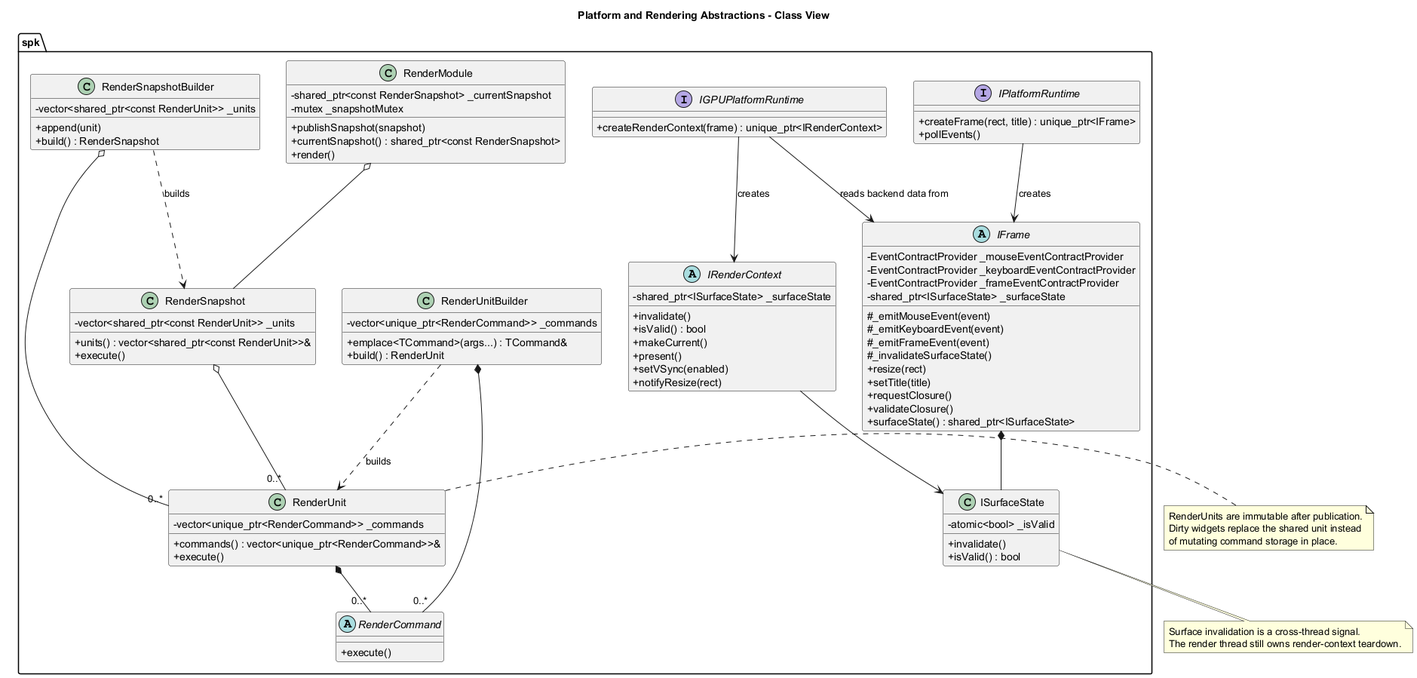
Above: documentation/architecture/diagrams/platform-rendering-class.png in Hyarius/Sparkle (PlantUML), before the change.
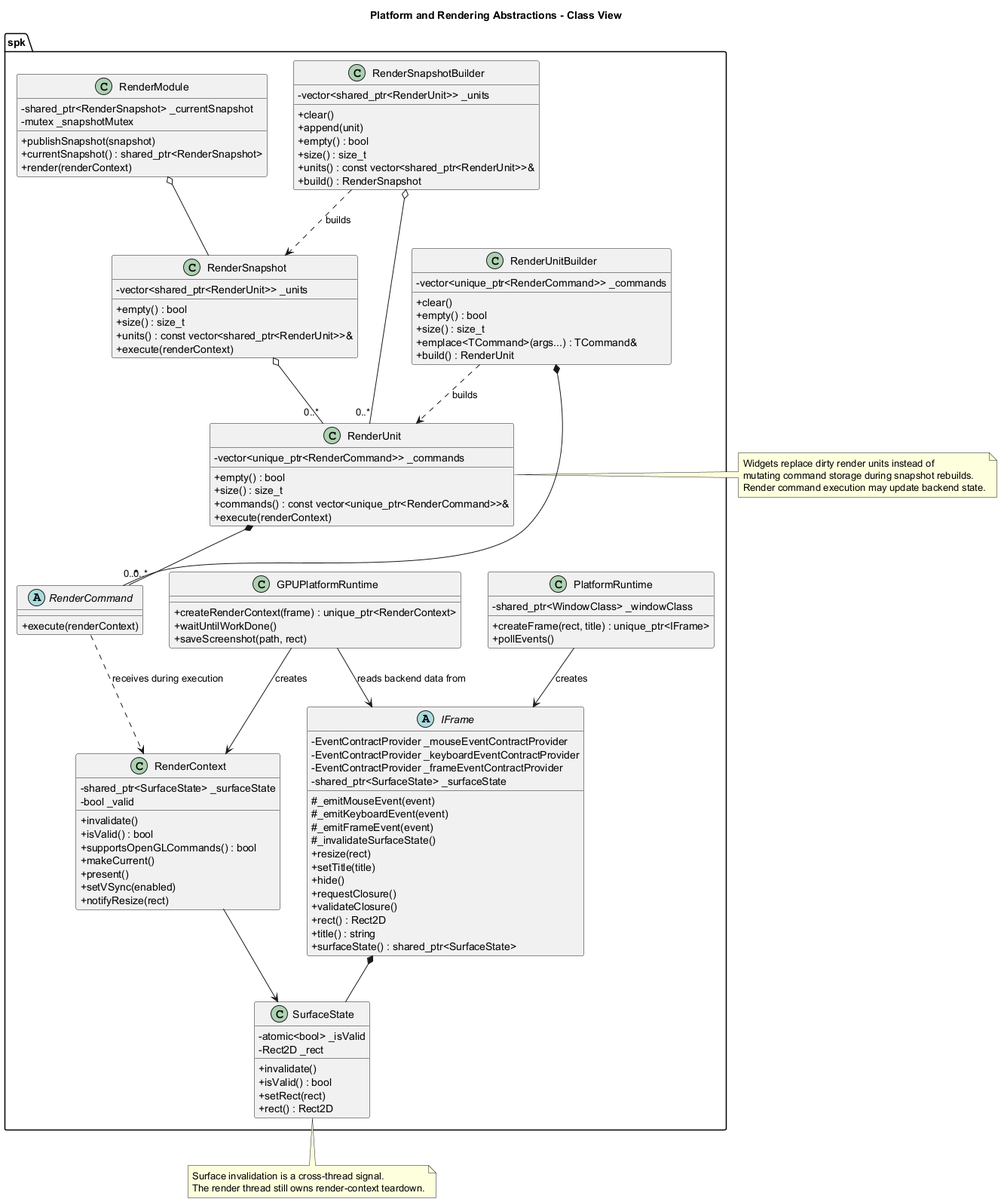
Later version of the same file.

What changed in the source:
```diff
@@ -4,7 +4,8 @@
 skinparam classAttributeIconSize 0
 
 namespace spk {
-	interface IPlatformRuntime {
+	class PlatformRuntime {
+		- shared_ptr<WindowClass> _windowClass
 		+ createFrame(rect, title) : unique_ptr<IFrame>
 		+ pollEvents()
 	}
@@ -13,32 +14,42 @@
 		- EventContractProvider _mouseEventContractProvider
 		- EventContractProvider _keyboardEventContractProvider
 		- EventContractProvider _frameEventContractProvider
-		- shared_ptr<ISurfaceState> _surfaceState
+		- shared_ptr<SurfaceState> _surfaceState
 		# _emitMouseEvent(event)
 		# _emitKeyboardEvent(event)
 		# _emitFrameEvent(event)
 		# _invalidateSurfaceState()
 		+ resize(rect)
 		+ setTitle(title)
+		+ hide()
 		+ requestClosure()
 		+ validateClosure()
-		+ surfaceState() : shared_ptr<ISurfaceState>
+		+ rect() : Rect2D
+		+ title() : string
+		+ surfaceState() : shared_ptr<SurfaceState>
 	}
 
-	class ISurfaceState {
+	class SurfaceState {
 		- atomic<bool> _isValid
+		- Rect2D _rect
 		+ invalidate()
 		+ isValid() : bool
+		+ setRect(rect)
+		+ rect() : Rect2D
 	}
 
-	interface IGPUPlatformRuntime {
-		+ createRenderContext(frame) : unique_ptr<IRenderContext>
+	class GPUPlatformRuntime {
+		+ createRenderContext(frame) : unique_ptr<RenderContext>
+		+ waitUntilWorkDone()
+		+ saveScreenshot(path, rect)
 	}
 
-	abstract class IRenderContext {
-		- shared_ptr<ISurfaceState> _surfaceState
+	class RenderContext {
+		- shared_ptr<SurfaceState> _surfaceState
+		- bool _valid
 		+ invalidate()
 		+ isValid() : bool
+		+ supportsOpenGLCommands() : bool
 		+ makeCurrent()
 		+ present()
 		+ setVSync(enabled)
@@ -46,47 +57,59 @@
 	}
 
 	abstract class RenderCommand {
-		+ execute()
+		+ execute(renderContext)
 	}
 
 	class RenderUnit {
 		- vector<unique_ptr<RenderCommand>> _commands
-		+ commands() : vector<unique_ptr<RenderCommand>>&
-		+ execute()
+		+ empty() : bool
+		+ size() : size_t
+		+ commands() : const vector<unique_ptr<RenderCommand>>&
+		+ execute(renderContext)
 	}
 
 	class RenderUnitBuilder {
 		- vector<unique_ptr<RenderCommand>> _commands
+		+ clear()
+		+ empty() : bool
+		+ size() : size_t
 		+ emplace<TCommand>(args...) : TCommand&
 		+ build() : RenderUnit
 	}
 
 	class RenderSnapshot {
-		- vector<shared_ptr<const RenderUnit>> _units
-		+ units() : vector<shared_ptr<const RenderUnit>>&
-		+ execute()
+		- vector<shared_ptr<RenderUnit>> _units
+		+ empty() : bool
+		+ size() : size_t
+		+ units() : const vector<shared_ptr<RenderUnit>>&
+		+ execute(renderContext)
 	}
 
 	class RenderSnapshotBuilder {
-		- vector<shared_ptr<const RenderUnit>> _units
+		- vector<shared_ptr<RenderUnit>> _units
+		+ clear()
 		+ append(unit)
+		+ empty() : bool
+		+ size() : size_t
+		+ units() : const vector<shared_ptr<RenderUnit>>&
 		+ build() : RenderSnapshot
 	}
 
 	class RenderModule {
-		- shared_ptr<const RenderSnapshot> _currentSnapshot
+		- shared_ptr<RenderSnapshot> _currentSnapshot
 		- mutex _snapshotMutex
 		+ publishSnapshot(snapshot)
-		+ currentSnapshot() : shared_ptr<const RenderSnapshot>
-		+ render()
+		+ currentSnapshot() : shared_ptr<RenderSnapshot>
+		+ render(renderContext)
 	}
 }
 
-spk.IPlatformRuntime --> spk.IFrame : creates
-spk.IFrame *-- spk.ISurfaceState
-spk.IGPUPlatformRuntime --> spk.IRenderContext : creates
-spk.IGPUPlatformRuntime --> spk.IFrame : reads backend data from
-spk.IRenderContext --> spk.ISurfaceState
+spk.PlatformRuntime --> spk.IFrame : creates
+spk.IFrame *-- spk.SurfaceState
+spk.GPUPlatformRuntime --> spk.RenderContext : creates
+spk.GPUPlatformRuntime --> spk.IFrame : reads backend data from
+spk.RenderContext --> spk.SurfaceState
+spk.RenderCommand ..> spk.RenderContext : receives during execution
 spk.RenderUnit *-- "0..*" spk.RenderCommand
 spk.RenderUnitBuilder *-- "0..*" spk.RenderCommand
 spk.RenderUnitBuilder ..> spk.RenderUnit : builds
@@ -95,15 +118,15 @@
 spk.RenderSnapshotBuilder ..> spk.RenderSnapshot : builds
 spk.RenderModule o-- spk.RenderSnapshot
 
-note bottom of spk.ISurfaceState
+note bottom of spk.SurfaceState
 Surface invalidation is a cross-thread signal.
 The render thread still owns render-context teardown.
 end note
 
 note right of spk.RenderUnit
-RenderUnits are immutable after publication.
-Dirty widgets replace the shared unit instead
-of mutating command storage in place.
+Widgets replace dirty render units instead of
+mutating command storage during snapshot rebuilds.
+Render command execution may update backend state.
 end note
 
 @enduml
```
